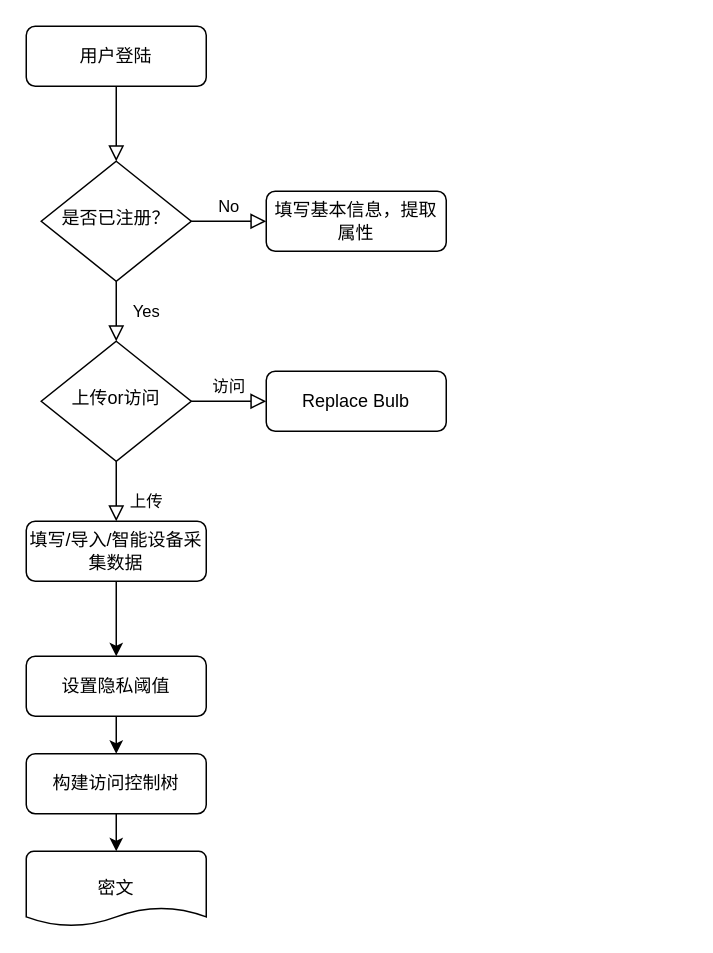
The draw.io diagram 第五章系统流程图.drawio in Hhysdbrk/drawIO, before the edit. Source tidied: cells renumbered, new cells numbered last; positions are measured from the earlier drawing's top-left corner, leaving out a move shared by most shapes. Both pictures are drawn from the tidied source at 150%, with x=0, y=0 at pixel (26, 26).
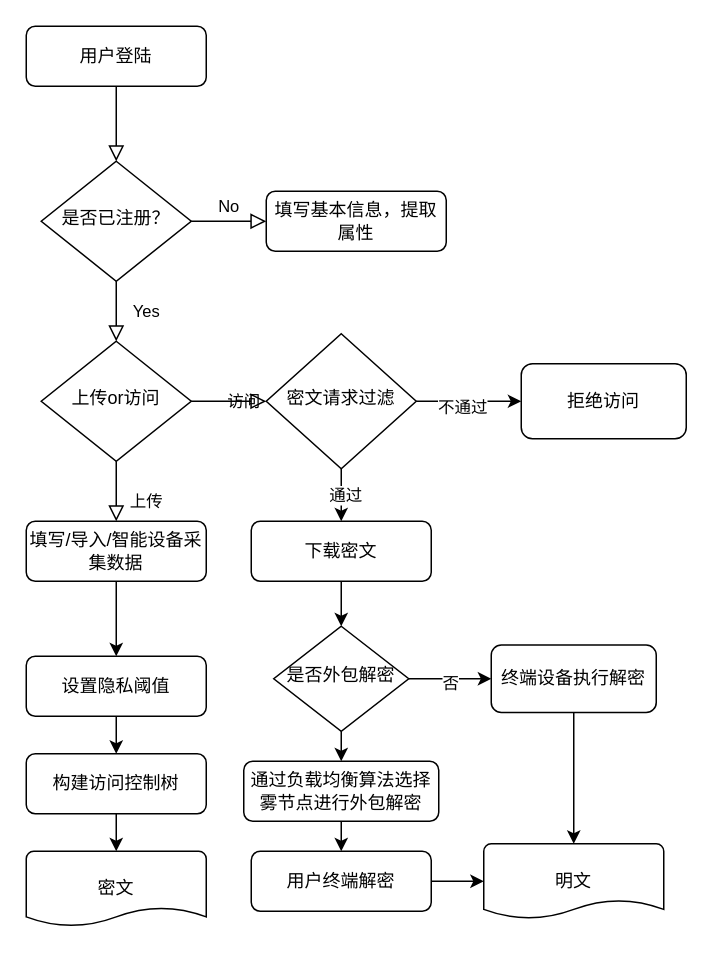
The same page after the edit.

Commit message:
更新第五章系统流程图.drawio

Unchanged cells that the change refers to:
```xml
<mxCell id="10" value="上传or访问" style="rhombus;whiteSpace=wrap;html=1;shadow=0;fontFamily=Helvetica;fontSize=12;align=center;strokeWidth=1;spacing=6;spacingTop=-4;" parent="1" vertex="1">
  <mxGeometry x="10" y="210" width="100" height="80" as="geometry" />
</mxCell>
```

Change to the diagram source:
```diff
@@
-    <mxCell id="9" value="访问" style="edgeStyle=orthogonalEdgeStyle;rounded=0;html=1;jettySize=auto;fontSize=11;endArrow=block;endFill=0;endSize=8;strokeWidth=1;shadow=0;labelBackgroundColor=none;" parent="1" edge="1" source="10" target="13">
-      <mxGeometry y="10" relative="1" as="geometry" />
+    <mxCell id="9" value="访问" style="edgeStyle=orthogonalEdgeStyle;rounded=0;html=1;jettySize=auto;fontSize=11;endArrow=block;endFill=0;endSize=8;strokeWidth=1;shadow=0;labelBackgroundColor=none;" parent="1" edge="1" source="10">
+      <mxGeometry y="10" relative="1" as="geometry">
+        <mxPoint x="160" y="250" as="targetPoint" />
+      </mxGeometry>
     </mxCell>
@@
-    <mxCell id="13" value="Replace Bulb" style="rounded=1;whiteSpace=wrap;html=1;fontSize=12;glass=0;strokeWidth=1;shadow=0;" parent="1" vertex="1">
-      <mxGeometry x="160" y="230" width="120" height="40" as="geometry" />
-    </mxCell>
@@
+    <mxCell id="19" style="edgeStyle=orthogonalEdgeStyle;rounded=0;jettySize=auto;html=1;" parent="1" edge="1" source="23" target="24">
+      <mxGeometry relative="1" as="geometry" />
+    </mxCell>
+    <mxCell id="20" value="不通过" style="edgeLabel;html=1;align=center;verticalAlign=middle;" parent="19" vertex="1">
+      <mxGeometry x="-0.15" y="-3" relative="1" as="geometry" />
+    </mxCell>
+    <mxCell id="21" style="edgeStyle=orthogonalEdgeStyle;rounded=0;jettySize=auto;html=1;" parent="1" edge="1" source="23" target="26">
+      <mxGeometry relative="1" as="geometry" />
+    </mxCell>
+    <mxCell id="22" value="通过" style="edgeLabel;html=1;align=center;verticalAlign=middle;" parent="21" vertex="1">
+      <mxGeometry x="0.02" y="-2" relative="1" as="geometry" />
+    </mxCell>
+    <mxCell id="23" value="密文请求过滤" style="strokeWidth=1;html=1;shape=mxgraph.flowchart.decision;whiteSpace=wrap;shadow=0;spacing=6;spacingTop=-4;" parent="1" vertex="1">
+      <mxGeometry x="160" y="205" width="100" height="90" as="geometry" />
+    </mxCell>
+    <mxCell id="24" value="拒绝访问" style="whiteSpace=wrap;html=1;strokeWidth=1;rounded=1;glass=0;shadow=0;" parent="1" vertex="1">
+      <mxGeometry x="330" y="225" width="110" height="50" as="geometry" />
+    </mxCell>
+    <mxCell id="25" style="edgeStyle=orthogonalEdgeStyle;rounded=0;jettySize=auto;html=1;" parent="1" edge="1" source="26" target="30">
+      <mxGeometry relative="1" as="geometry" />
+    </mxCell>
+    <mxCell id="26" value="下载密文" style="whiteSpace=wrap;html=1;strokeWidth=1;rounded=1;glass=0;shadow=0;" parent="1" vertex="1">
+      <mxGeometry x="150" y="330" width="120" height="40" as="geometry" />
+    </mxCell>
+    <mxCell id="27" style="edgeStyle=orthogonalEdgeStyle;rounded=0;jettySize=auto;html=1;" parent="1" edge="1" source="30" target="32">
+      <mxGeometry relative="1" as="geometry" />
+    </mxCell>
+    <mxCell id="28" value="否" style="edgeLabel;html=1;align=center;verticalAlign=middle;" parent="27" vertex="1">
+      <mxGeometry x="-0.03" y="-2" relative="1" as="geometry" />
+    </mxCell>
+    <mxCell id="29" style="edgeStyle=orthogonalEdgeStyle;rounded=0;jettySize=auto;html=1;exitX=0.5;exitY=1;exitDx=0;exitDy=0;entryX=0.5;entryY=0;entryDx=0;entryDy=0;" parent="1" edge="1" source="30" target="34">
+      <mxGeometry relative="1" as="geometry" />
+    </mxCell>
+    <mxCell id="30" value="是否外包解密" style="rhombus;whiteSpace=wrap;html=1;strokeWidth=1;shadow=0;spacing=6;spacingTop=-4;" parent="1" vertex="1">
+      <mxGeometry x="165" y="400" width="90" height="70" as="geometry" />
+    </mxCell>
+    <mxCell id="31" style="edgeStyle=orthogonalEdgeStyle;rounded=0;jettySize=auto;html=1;" parent="1" edge="1" source="32" target="37">
+      <mxGeometry relative="1" as="geometry" />
+    </mxCell>
+    <mxCell id="32" value="终端设备执行解密" style="whiteSpace=wrap;html=1;strokeWidth=1;rounded=1;glass=0;shadow=0;" parent="1" vertex="1">
+      <mxGeometry x="310" y="412.5" width="110" height="45" as="geometry" />
+    </mxCell>
+    <mxCell id="33" style="edgeStyle=orthogonalEdgeStyle;rounded=0;jettySize=auto;html=1;exitX=0.5;exitY=1;exitDx=0;exitDy=0;entryX=0.5;entryY=0;entryDx=0;entryDy=0;" parent="1" edge="1" source="34" target="36">
+      <mxGeometry relative="1" as="geometry" />
+    </mxCell>
+    <mxCell id="34" value="通过负载均衡算法选择雾节点进行外包解密" style="rounded=1;whiteSpace=wrap;html=1;fontSize=12;glass=0;strokeWidth=1;shadow=0;" parent="1" vertex="1">
+      <mxGeometry x="145" y="490" width="130" height="40" as="geometry" />
+    </mxCell>
+    <mxCell id="35" style="edgeStyle=orthogonalEdgeStyle;rounded=0;jettySize=auto;html=1;" parent="1" edge="1" source="36" target="37">
+      <mxGeometry relative="1" as="geometry" />
+    </mxCell>
+    <mxCell id="36" value="用户终端解密" style="rounded=1;whiteSpace=wrap;html=1;fontSize=12;glass=0;strokeWidth=1;shadow=0;" parent="1" vertex="1">
+      <mxGeometry x="150" y="550" width="120" height="40" as="geometry" />
+    </mxCell>
+    <mxCell id="37" value="明文" style="strokeWidth=1;html=1;shape=mxgraph.flowchart.document2;whiteSpace=wrap;size=0.25;" parent="1" vertex="1">
+      <mxGeometry x="305" y="545" width="120" height="50" as="geometry" />
+    </mxCell>
```
